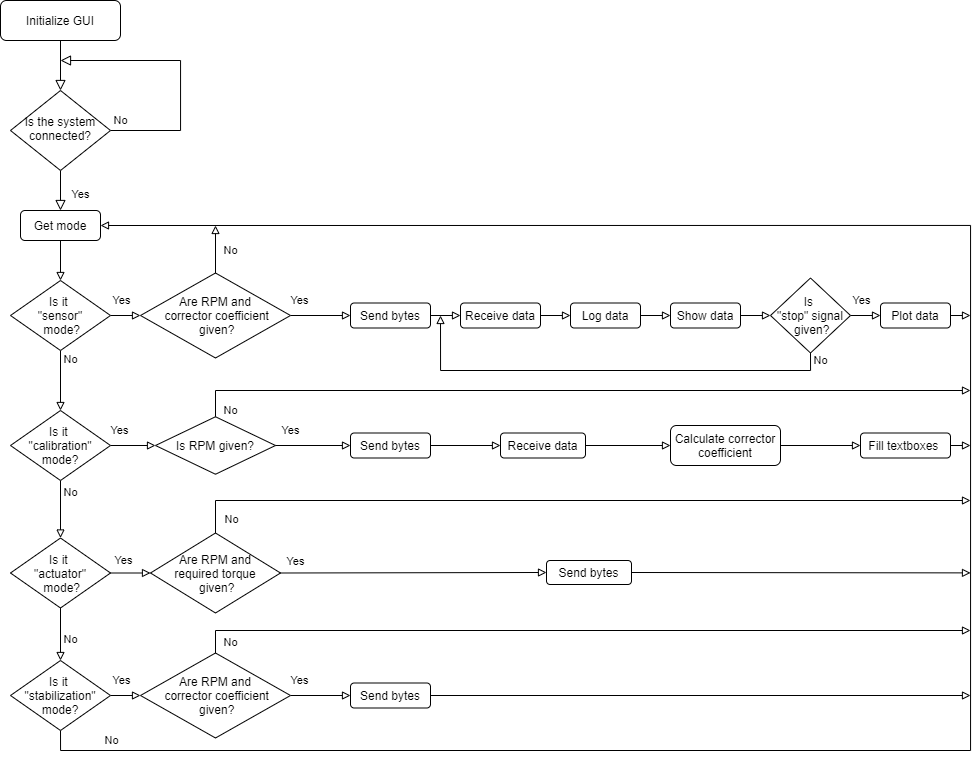
Before: Python GUI Flowchart.png, a diagram exported from draw.io (alptugo/me407_RateGyro). Source tidied: cells renumbered, new cells last; positions are measured from the earlier drawing's top-left corner, leaving out a move shared by most shapes.
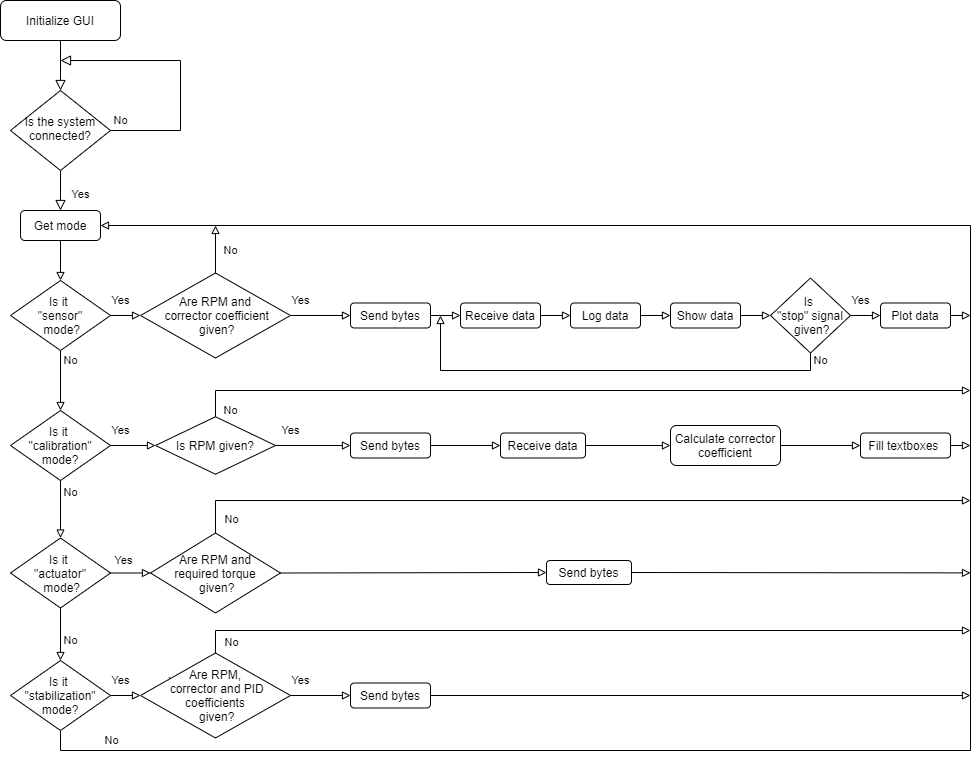
The same diagram one commit later.

Diff of the diagram source:
```diff
@@ -208,7 +208,7 @@
         </Array>
       </mxGeometry>
     </mxCell>
-    <mxCell id="55" value="Are RPM and&lt;br&gt;&amp;nbsp;corrector coefficient&lt;br&gt;&amp;nbsp;given?" style="rhombus;whiteSpace=wrap;html=1;" parent="1" vertex="1">
+    <mxCell id="55" value="Are RPM,&lt;br&gt;&amp;nbsp;corrector and PID coefficients&lt;br&gt;&amp;nbsp;given?" style="rhombus;whiteSpace=wrap;html=1;" parent="1" vertex="1">
       <mxGeometry x="140" y="652.5" width="150" height="85" as="geometry" />
     </mxCell>
     <mxCell id="56" style="edgeStyle=orthogonalEdgeStyle;rounded=0;jumpStyle=arc;jumpSize=10;jettySize=auto;html=1;exitX=1;exitY=0.5;exitDx=0;exitDy=0;endArrow=block;endFill=0;" parent="1" edge="1" source="57">
```
